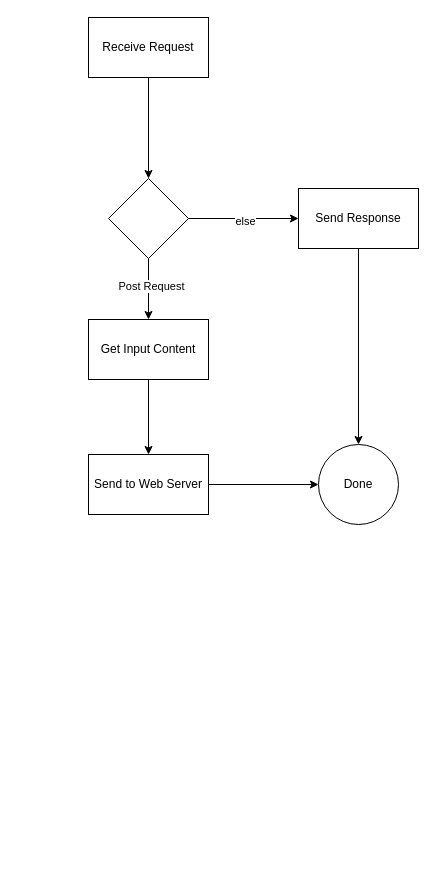
Before: page "PUT" (1 of 3) of Project Report/http_methods.drawio in oystertran/ELEC3500-Assignment, a draw.io diagram. Source tidied: cells renumbered, new cells numbered last; positions are measured from the earlier drawing's top-left corner, leaving out a move shared by most shapes. Both pictures are drawn from the tidied source at 100%, with x=0, y=0 at pixel (88, 17).
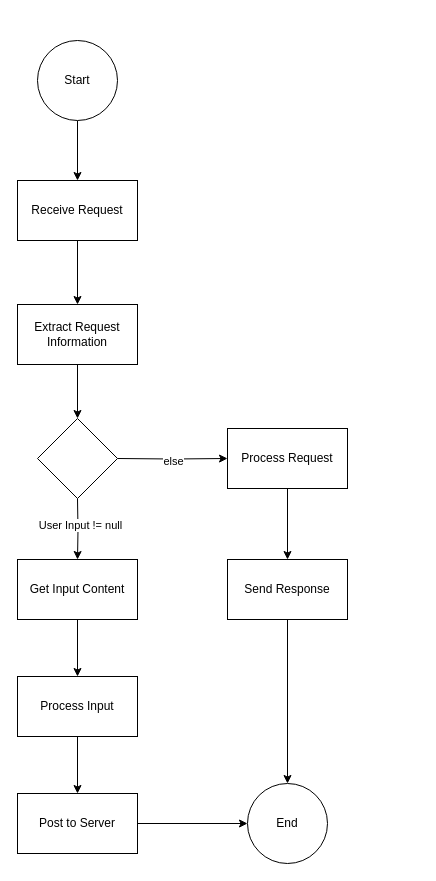
After the change.

What changed in the source:
```diff
@@
-    <mxCell id="2" style="edgeStyle=orthogonalEdgeStyle;rounded=0;jettySize=auto;html=1;exitX=0.5;exitY=1;exitDx=0;exitDy=0;entryX=0.5;entryY=0;entryDx=0;entryDy=0;" parent="1" edge="1" source="6" target="12">
-      <mxGeometry relative="1" as="geometry" />
+    <mxCell id="2" style="edgeStyle=orthogonalEdgeStyle;rounded=0;jettySize=auto;html=1;exitX=0.5;exitY=1;exitDx=0;exitDy=0;entryX=0.5;entryY=0;entryDx=0;entryDy=0;" parent="1" edge="1" target="12">
+      <mxGeometry relative="1" as="geometry">
+        <mxPoint x="-11" y="481" as="sourcePoint" />
+      </mxGeometry>
     </mxCell>
-    <mxCell id="3" value="Post Request" style="edgeLabel;html=1;align=center;verticalAlign=middle;" parent="2" vertex="1">
+    <mxCell id="3" value="User Input != null" style="edgeLabel;html=1;align=center;verticalAlign=middle;" parent="2" vertex="1">
       <mxGeometry x="-0.12" y="2" relative="1" as="geometry" />
     </mxCell>
-    <mxCell id="4" style="edgeStyle=orthogonalEdgeStyle;rounded=0;jettySize=auto;html=1;" parent="1" edge="1" source="6" target="10">
-      <mxGeometry relative="1" as="geometry" />
+    <mxCell id="4" style="edgeStyle=orthogonalEdgeStyle;rounded=0;jettySize=auto;html=1;" parent="1" edge="1" target="10">
+      <mxGeometry relative="1" as="geometry">
+        <mxPoint x="29" y="441" as="sourcePoint" />
+      </mxGeometry>
     </mxCell>
@@
-    <mxCell id="6" style="rhombus;whiteSpace=wrap;html=1;" parent="1" vertex="1">
-      <mxGeometry x="20" y="161" width="80" height="80" as="geometry" />
-    </mxCell>
-    <mxCell id="7" style="edgeStyle=orthogonalEdgeStyle;rounded=0;jettySize=auto;html=1;entryX=0.5;entryY=0;entryDx=0;entryDy=0;" parent="1" edge="1" source="8" target="6">
-      <mxGeometry relative="1" as="geometry" />
-    </mxCell>
+    <mxCell id="16" style="edgeStyle=orthogonalEdgeStyle;rounded=0;jettySize=auto;html=1;" parent="1" edge="1" source="8" target="20">
+      <mxGeometry relative="1" as="geometry" />
+    </mxCell>
     <mxCell id="8" value="Receive Request" style="rounded=0;whiteSpace=wrap;html=1;" parent="1" vertex="1">
-      <mxGeometry width="120" height="60" as="geometry" />
+      <mxGeometry x="-71" y="163" width="120" height="60" as="geometry" />
     </mxCell>
-    <mxCell id="9" style="edgeStyle=orthogonalEdgeStyle;rounded=0;jettySize=auto;html=1;entryX=0.5;entryY=0;entryDx=0;entryDy=0;" parent="1" edge="1" source="10" target="15">
-      <mxGeometry relative="1" as="geometry" />
-    </mxCell>
+    <mxCell id="17" style="edgeStyle=orthogonalEdgeStyle;rounded=0;jettySize=auto;html=1;" parent="1" edge="1" source="10" target="25">
+      <mxGeometry relative="1" as="geometry" />
+    </mxCell>
-    <mxCell id="10" value="Send Response" style="rounded=0;whiteSpace=wrap;html=1;" parent="1" vertex="1">
-      <mxGeometry x="210" y="171" width="120" height="60" as="geometry" />
+    <mxCell id="10" value="Process Request" style="rounded=0;whiteSpace=wrap;html=1;" parent="1" vertex="1">
+      <mxGeometry x="139" y="411" width="120" height="60" as="geometry" />
     </mxCell>
@@
     <mxCell id="12" value="Get Input Content" style="rounded=0;whiteSpace=wrap;html=1;" parent="1" vertex="1">
-      <mxGeometry y="302" width="120" height="60" as="geometry" />
+      <mxGeometry x="-71" y="542" width="120" height="60" as="geometry" />
     </mxCell>
-    <mxCell id="13" style="edgeStyle=orthogonalEdgeStyle;rounded=0;jettySize=auto;html=1;entryX=0;entryY=0.5;entryDx=0;entryDy=0;" parent="1" edge="1" source="14" target="15">
-      <mxGeometry relative="1" as="geometry" />
-    </mxCell>
+    <mxCell id="18" style="edgeStyle=orthogonalEdgeStyle;rounded=0;jettySize=auto;html=1;" parent="1" edge="1" source="14" target="23">
+      <mxGeometry relative="1" as="geometry" />
+    </mxCell>
-    <mxCell id="14" value="Send to Web Server" style="rounded=0;whiteSpace=wrap;html=1;" parent="1" vertex="1">
-      <mxGeometry y="437" width="120" height="60" as="geometry" />
+    <mxCell id="14" value="Process Input" style="rounded=0;whiteSpace=wrap;html=1;" parent="1" vertex="1">
+      <mxGeometry x="-71" y="659" width="120" height="60" as="geometry" />
     </mxCell>
-    <mxCell id="15" value="Done" style="ellipse;whiteSpace=wrap;html=1;" parent="1" vertex="1">
-      <mxGeometry x="230" y="427" width="80" height="80" as="geometry" />
-    </mxCell>
+    <mxCell id="19" style="edgeStyle=orthogonalEdgeStyle;rounded=0;jettySize=auto;html=1;" parent="1" edge="1" source="20" target="21">
+      <mxGeometry relative="1" as="geometry" />
+    </mxCell>
+    <mxCell id="20" value="Extract Request Information" style="rounded=0;whiteSpace=wrap;html=1;" parent="1" vertex="1">
+      <mxGeometry x="-71" y="287" width="120" height="60" as="geometry" />
+    </mxCell>
+    <mxCell id="21" style="rhombus;whiteSpace=wrap;html=1;" parent="1" vertex="1">
+      <mxGeometry x="-51" y="401" width="80" height="80" as="geometry" />
+    </mxCell>
+    <mxCell id="22" style="edgeStyle=orthogonalEdgeStyle;rounded=0;jettySize=auto;html=1;" parent="1" edge="1" source="23" target="26">
+      <mxGeometry relative="1" as="geometry" />
+    </mxCell>
+    <mxCell id="23" value="Post to Server" style="rounded=0;whiteSpace=wrap;html=1;" parent="1" vertex="1">
+      <mxGeometry x="-71" y="776" width="120" height="60" as="geometry" />
+    </mxCell>
+    <mxCell id="24" style="edgeStyle=orthogonalEdgeStyle;rounded=0;jettySize=auto;html=1;" parent="1" edge="1" source="25" target="26">
+      <mxGeometry relative="1" as="geometry" />
+    </mxCell>
+    <mxCell id="25" value="Send Response" style="rounded=0;whiteSpace=wrap;html=1;" parent="1" vertex="1">
+      <mxGeometry x="139" y="542" width="120" height="60" as="geometry" />
+    </mxCell>
+    <mxCell id="26" value="End" style="ellipse;whiteSpace=wrap;html=1;" parent="1" vertex="1">
+      <mxGeometry x="159" y="766" width="80" height="80" as="geometry" />
+    </mxCell>
+    <mxCell id="27" style="edgeStyle=orthogonalEdgeStyle;rounded=0;jettySize=auto;html=1;" parent="1" edge="1" source="28" target="8">
+      <mxGeometry relative="1" as="geometry" />
+    </mxCell>
+    <mxCell id="28" value="Start" style="ellipse;whiteSpace=wrap;html=1;" parent="1" vertex="1">
+      <mxGeometry x="-51" y="23" width="80" height="80" as="geometry" />
+    </mxCell>
```
